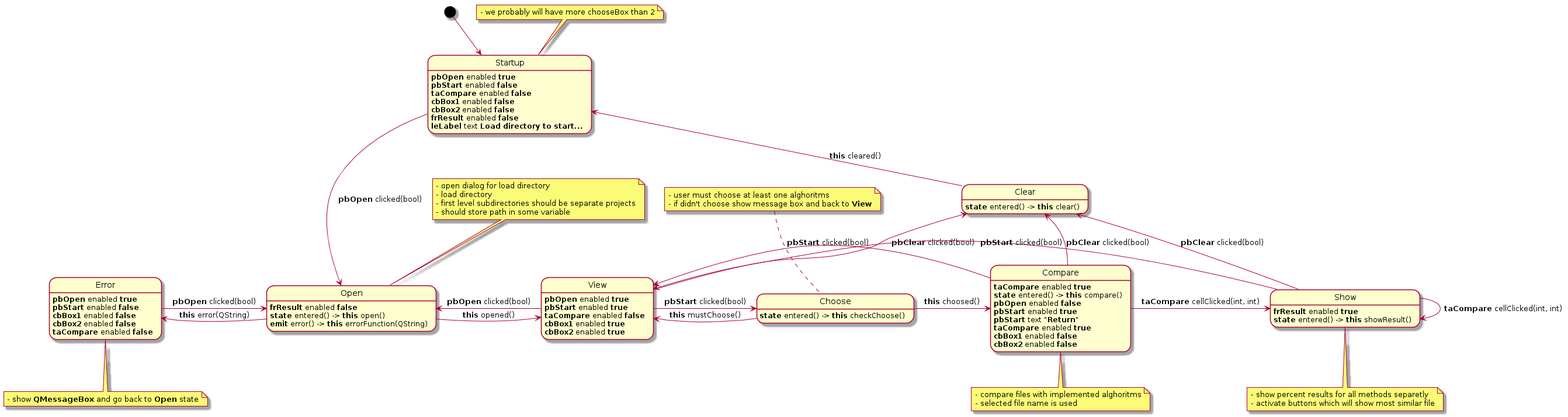
Above: Projekt/uml/interface.png in MichalBernacki/Plagiarism_detection_app (PlantUML), before the change.
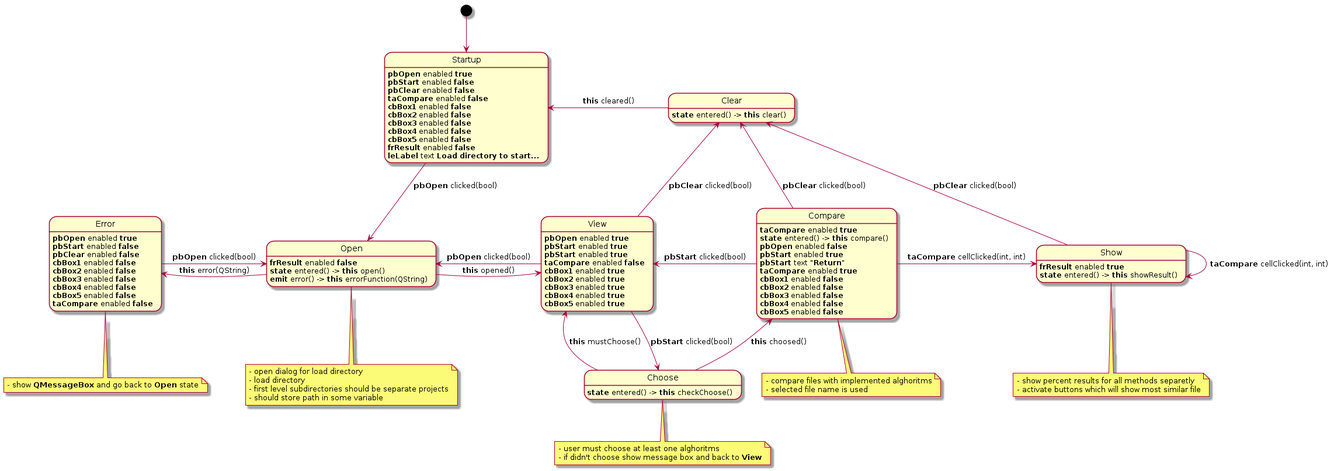
The same diagram one commit later.

Commit message:
Update and clear UML

Diff of the diagram source:
```diff
@@ -8,29 +8,27 @@
     Open -left-> Error : <b>this</b> error(QString)
     View -left-> Open : <b>pbOpen</b> clicked(bool)
     View -up-> Clear : <b>pbClear</b> clicked(bool)
-    View -right-> Choose : <b>pbStart</b> clicked(bool)
+    View -down-> Choose : <b>pbStart</b> clicked(bool)
     Compare -left-> View : <b>pbStart</b> clicked(bool)
-    Choose -left-> View : <b>this</b> mustChoose()
-    Choose -right-> Compare : <b>this</b> choosed()
+    Choose -up-> View : <b>this</b> mustChoose()
+    Choose -up-> Compare : <b>this</b> choosed()
 
     Compare -right-> Show : <b>taCompare</b> cellClicked(int, int)
     Compare -up-> Clear : <b>pbClear</b> clicked(bool)
-    Clear -up-> Startup : <b>this</b> cleared()
+
     Show -right-> Show : <b>taCompare</b> cellClicked(int, int)
-	Show -left-> View : <b>pbStart</b> clicked(bool)
 	Show -left-> Clear : <b>pbClear</b> clicked(bool)
-    note top of Startup
-    - we probably will have more chooseBox than 2
-    end note
 
-    note top of Open
+    Clear -left-> Startup : <b>this</b> cleared()
+
+    note bottom of Open
     - open dialog for load directory
     - load directory
     - first level subdirectories should be separate projects
     - should store path in some variable
     end note
 
-    note top of Choose
+    note bottom of Choose
     - user must choose at least one alghoritms
     - if didn't choose show message box and back to <b>View</b>
     end note
@@ -52,13 +50,15 @@
 
     Startup: <b>pbOpen</b> enabled <b>true</b>
     Startup: <b>pbStart</b> enabled <b>false</b>
+    Startup: <b>pbClear</b> enabled <b>false</b>
     Startup: <b>taCompare</b> enabled <b>false</b>
     Startup: <b>cbBox1</b> enabled <b>false</b>
     Startup: <b>cbBox2</b> enabled <b>false</b>
+    Startup: <b>cbBox3</b> enabled <b>false</b>
+    Startup: <b>cbBox4</b> enabled <b>false</b>
+    Startup: <b>cbBox5</b> enabled <b>false</b>
     Startup: <b>frResult</b> enabled <b>false</b>
     Startup: <b>leLabel</b> text <b>Load directory to start...</b>
-
-
 
     Open: <b>frResult</b> enabled <b>false</b>
     Open: <b>state</b> entered() -> <b>this</b> open()
@@ -66,9 +66,13 @@
 
     View: <b>pbOpen</b> enabled <b>true</b>
     View: <b>pbStart</b> enabled <b>true</b>
+    View: <b>pbStart</b> enabled <b>true</b>
     View: <b>taCompare</b> enabled <b>false</b>
     View: <b>cbBox1</b> enabled <b>true</b>
     View: <b>cbBox2</b> enabled <b>true</b>
+    View: <b>cbBox3</b> enabled <b>true</b>
+    View: <b>cbBox4</b> enabled <b>true</b>
+    View: <b>cbBox5</b> enabled <b>true</b>
 
 
     Compare: <b>taCompare</b> enabled <b>true</b>
@@ -79,12 +83,19 @@
     Compare: <b>taCompare</b> enabled <b>true</b>
     Compare: <b>cbBox1</b> enabled <b>false</b>
     Compare: <b>cbBox2</b> enabled <b>false</b>
+    Compare: <b>cbBox3</b> enabled <b>false</b>
+    Compare: <b>cbBox4</b> enabled <b>false</b>
+    Compare: <b>cbBox5</b> enabled <b>false</b>
     Choose: <b>state</b> entered() -> <b>this</b> checkChoose()
 
     Error: <b>pbOpen</b> enabled <b>true</b>
     Error: <b>pbStart</b> enabled <b>false</b>
+    Error: <b>pbClear</b> enabled <b>false</b>
     Error: <b>cbBox1</b> enabled <b>false</b>
     Error: <b>cbBox2</b> enabled <b>false</b>
+    Error: <b>cbBox3</b> enabled <b>false</b>
+    Error: <b>cbBox4</b> enabled <b>false</b>
+    Error: <b>cbBox5</b> enabled <b>false</b>
     Error: <b>taCompare</b> enabled <b>false</b>
 
     Clear: <b>state</b> entered() -> <b>this</b> clear()
```
